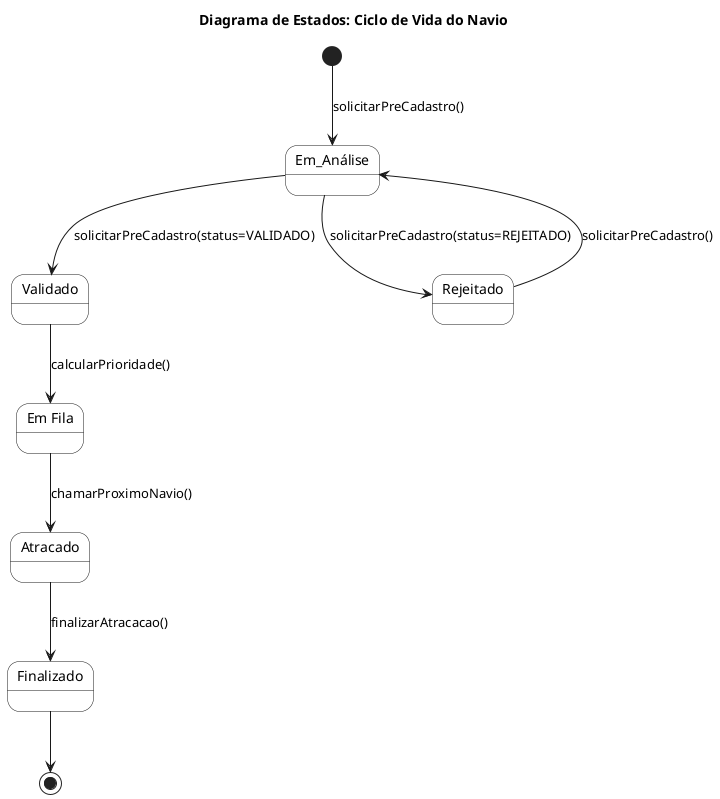
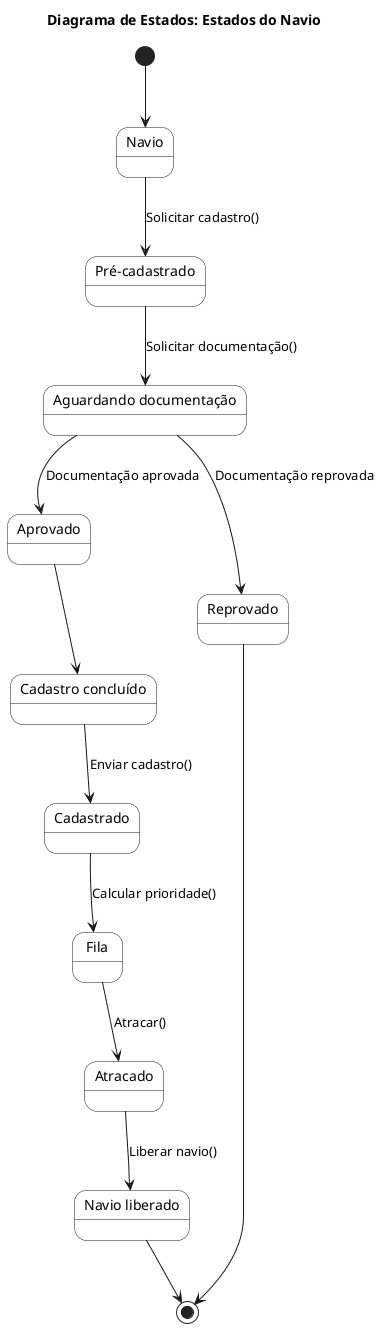
@startuml
- title Diagrama de Estados: Ciclo de Vida do Navio
+ title Diagrama de Estados: Estados do Navio

skinparam state {
    RoundCorner 20
    BackgroundColor White
- }
- [*] --> Em_Análise : solicitarPreCadastro()
+     }

- state Em_Análise
- state Validado
- state Rejeitado
+ state Navio
+ state "Pré-cadastrado" as PreCadastrado
+ state "Aguardando documentação" as AguardandoDoc
+ state "Cadastro concluído" as CadastroConcluido
+ state "Navio liberado" as NavioLiberado

- Em_Análise --> Validado : solicitarPreCadastro(status=VALIDADO)
- Em_Análise --> Rejeitado : solicitarPreCadastro(status=REJEITADO)
- Rejeitado --> Em_Análise : solicitarPreCadastro()
+ [*] --> Navio

- state "Em Fila" as EmFila
- state Atracado
- state Finalizado
+ Navio --> PreCadastrado : Solicitar cadastro()

- Validado --> EmFila : calcularPrioridade()
- EmFila --> Atracado : chamarProximoNavio()
- Atracado --> Finalizado : finalizarAtracacao()
+ PreCadastrado --> AguardandoDoc : Solicitar documentação()

- Finalizado --> [*]
+ AguardandoDoc --> Aprovado : Documentação aprovada
+ AguardandoDoc --> Reprovado : Documentação reprovada

- @enduml+ Reprovado --> [*]
+ 
+ Aprovado --> CadastroConcluido
+ 
+ CadastroConcluido --> Cadastrado : Enviar cadastro()
+ 
+ Cadastrado --> Fila : Calcular prioridade()
+ 
+ Fila --> Atracado : Atracar()
+ 
+ Atracado --> NavioLiberado : Liberar navio()
+ 
+ NavioLiberado --> [*]
+ 
+ @enduml
